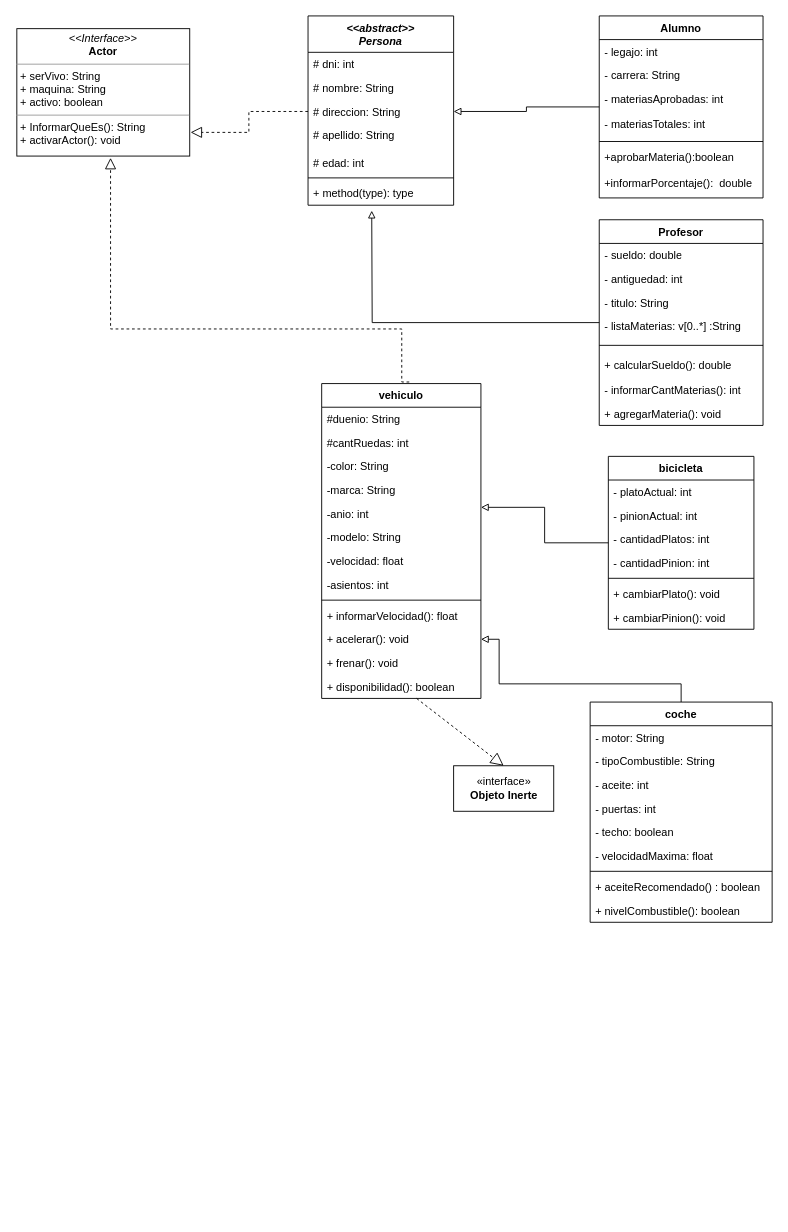
Above: Untitled Diagram.drawio in alex90o/DiagramaDeClasesTpDigit (draw.io), before the change. Source tidied: cells renumbered, new cells numbered last; positions are measured from the earlier drawing's top-left corner, leaving out a move shared by most shapes. Both pictures are drawn from the tidied source at 91%, with x=0, y=0 at pixel (16, 15).
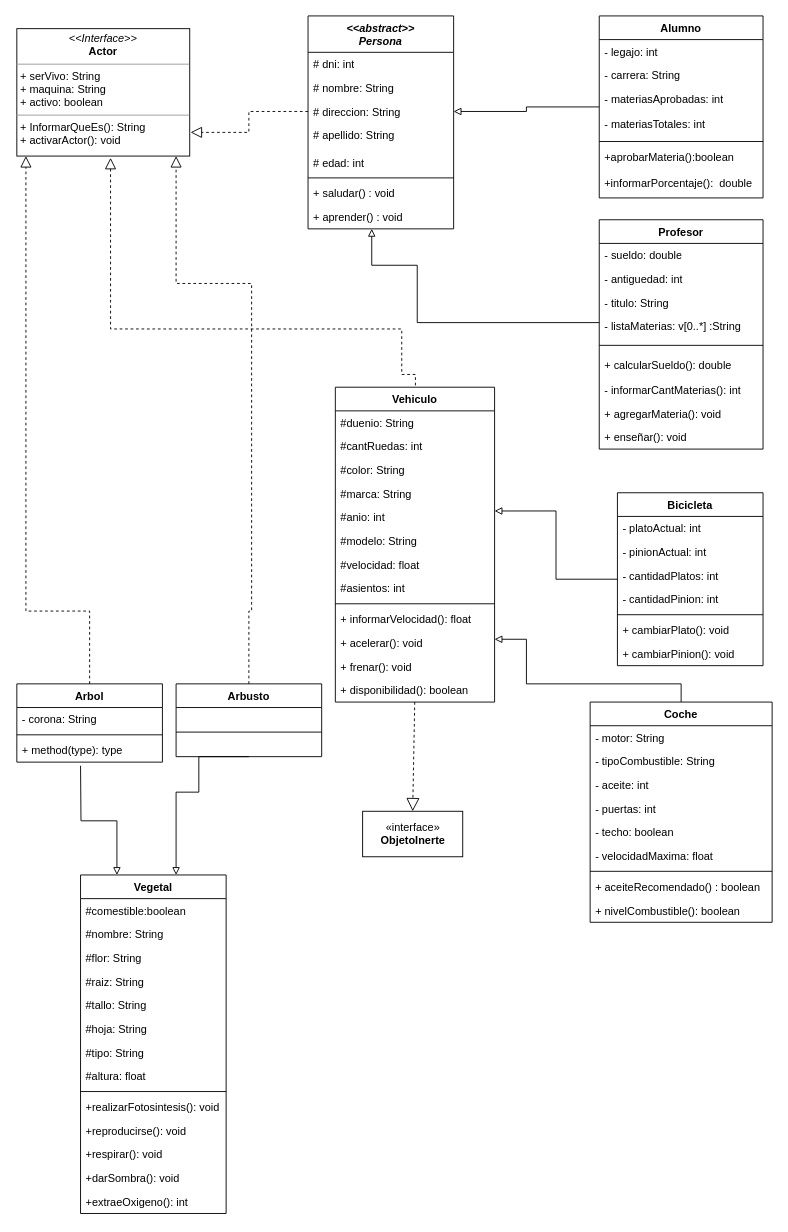
The same diagram, later.

The change refers to these unchanged cells:
```xml
<mxCell id="3" value="&lt;p style=&quot;margin: 0px ; margin-top: 4px ; text-align: center&quot;&gt;&lt;i&gt;&amp;lt;&amp;lt;Interface&amp;gt;&amp;gt;&lt;/i&gt;&lt;br&gt;&lt;b&gt;Actor&lt;/b&gt;&lt;/p&gt;&lt;hr size=&quot;1&quot;&gt;&lt;p style=&quot;margin: 0px ; margin-left: 4px&quot;&gt;+ serVivo: String&lt;br&gt;+ maquina: String&lt;/p&gt;&lt;p style=&quot;margin: 0px ; margin-left: 4px&quot;&gt;+ activo: boolean&lt;/p&gt;&lt;hr size=&quot;1&quot;&gt;&lt;p style=&quot;margin: 0px ; margin-left: 4px&quot;&gt;+ InformarQueEs(): String&lt;br&gt;+ activarActor(): void&lt;/p&gt;" style="verticalAlign=top;align=left;overflow=fill;fontSize=12;fontFamily=Helvetica;html=1;rounded=0;shadow=0;comic=0;labelBackgroundColor=none;strokeWidth=1;" parent="1" vertex="1">
  <mxGeometry y="14" width="190" height="140" as="geometry" />
</mxCell>
<mxCell id="23" value="+ acelerar(): void" style="text;strokeColor=none;fillColor=none;align=left;verticalAlign=top;spacingLeft=4;spacingRight=4;overflow=hidden;points=[[0,0.5],[1,0.5]];portConstraint=eastwest;" parent="12" vertex="1">
  <mxGeometry y="268" width="175" height="26" as="geometry" />
</mxCell>
```

The edit, as a diff of the source:
```diff
@@
     <mxCell id="4" value="&lt;&lt;abstract&gt;&gt;&#10;Persona" style="swimlane;fontStyle=3;align=center;verticalAlign=top;horizontal=1;startSize=40;" parent="1" vertex="1">
-      <mxGeometry x="320" width="160" height="208" as="geometry" />
+      <mxGeometry x="320" width="160" height="234" as="geometry" />
     </mxCell>
@@
-    <mxCell id="11" value="+ method(type): type" style="text;strokeColor=none;fillColor=none;align=left;verticalAlign=top;spacingLeft=4;spacingRight=4;overflow=hidden;" parent="4" vertex="1">
+    <mxCell id="11" value="+ saludar() : void" style="text;strokeColor=none;fillColor=none;align=left;verticalAlign=top;spacingLeft=4;spacingRight=4;overflow=hidden;" parent="4" vertex="1">
       <mxGeometry y="182" width="160" height="26" as="geometry" />
     </mxCell>
+    <mxCell id="68" value="+ aprender() : void" style="text;strokeColor=none;fillColor=none;align=left;verticalAlign=top;spacingLeft=4;spacingRight=4;overflow=hidden;" parent="4" vertex="1">
+      <mxGeometry y="208" width="160" height="26" as="geometry" />
+    </mxCell>
-    <mxCell id="12" value="vehiculo&#10;" style="swimlane;fontStyle=1;align=center;verticalAlign=top;horizontal=1;startSize=26;" parent="1" vertex="1">
-      <mxGeometry x="335" y="404" width="175" height="346" as="geometry" />
+    <mxCell id="12" value="Vehiculo&#10;" style="swimlane;fontStyle=1;align=center;verticalAlign=top;horizontal=1;startSize=26;" parent="1" vertex="1">
+      <mxGeometry x="350" y="408" width="175" height="346" as="geometry" />
     </mxCell>
@@
-    <mxCell id="15" value="-color: String&#10;" style="text;strokeColor=none;fillColor=none;align=left;verticalAlign=top;spacingLeft=4;spacingRight=4;overflow=hidden;" parent="12" vertex="1">
+    <mxCell id="15" value="#color: String&#10;" style="text;strokeColor=none;fillColor=none;align=left;verticalAlign=top;spacingLeft=4;spacingRight=4;overflow=hidden;" parent="12" vertex="1">
       <mxGeometry y="78" width="175" height="26" as="geometry" />
     </mxCell>
-    <mxCell id="16" value="-marca: String&#10;" style="text;strokeColor=none;fillColor=none;align=left;verticalAlign=top;spacingLeft=4;spacingRight=4;overflow=hidden;" parent="12" vertex="1">
+    <mxCell id="16" value="#marca: String&#10;" style="text;strokeColor=none;fillColor=none;align=left;verticalAlign=top;spacingLeft=4;spacingRight=4;overflow=hidden;" parent="12" vertex="1">
       <mxGeometry y="104" width="175" height="26" as="geometry" />
     </mxCell>
-    <mxCell id="17" value="-anio: int&#10;" style="text;strokeColor=none;fillColor=none;align=left;verticalAlign=top;spacingLeft=4;spacingRight=4;overflow=hidden;points=[[0,0.5],[1,0.5]];portConstraint=eastwest;" parent="12" vertex="1">
+    <mxCell id="17" value="#anio: int&#10;" style="text;strokeColor=none;fillColor=none;align=left;verticalAlign=top;spacingLeft=4;spacingRight=4;overflow=hidden;points=[[0,0.5],[1,0.5]];portConstraint=eastwest;" parent="12" vertex="1">
       <mxGeometry y="130" width="175" height="26" as="geometry" />
     </mxCell>
-    <mxCell id="18" value="-modelo: String&#10;" style="text;strokeColor=none;fillColor=none;align=left;verticalAlign=top;spacingLeft=4;spacingRight=4;overflow=hidden;" parent="12" vertex="1">
+    <mxCell id="18" value="#modelo: String&#10;" style="text;strokeColor=none;fillColor=none;align=left;verticalAlign=top;spacingLeft=4;spacingRight=4;overflow=hidden;" parent="12" vertex="1">
       <mxGeometry y="156" width="175" height="26" as="geometry" />
     </mxCell>
-    <mxCell id="19" value="-velocidad: float" style="text;strokeColor=none;fillColor=none;align=left;verticalAlign=top;spacingLeft=4;spacingRight=4;overflow=hidden;" parent="12" vertex="1">
+    <mxCell id="19" value="#velocidad: float" style="text;strokeColor=none;fillColor=none;align=left;verticalAlign=top;spacingLeft=4;spacingRight=4;overflow=hidden;" parent="12" vertex="1">
       <mxGeometry y="182" width="175" height="26" as="geometry" />
     </mxCell>
-    <mxCell id="20" value="-asientos: int" style="text;strokeColor=none;fillColor=none;align=left;verticalAlign=top;spacingLeft=4;spacingRight=4;overflow=hidden;" parent="12" vertex="1">
+    <mxCell id="20" value="#asientos: int" style="text;strokeColor=none;fillColor=none;align=left;verticalAlign=top;spacingLeft=4;spacingRight=4;overflow=hidden;" parent="12" vertex="1">
       <mxGeometry y="208" width="175" height="26" as="geometry" />
     </mxCell>
@@
     <mxCell id="26" style="edgeStyle=orthogonalEdgeStyle;rounded=0;jettySize=auto;html=1;endArrow=block;endFill=0;" parent="1" edge="1" source="27">
       <mxGeometry relative="1" as="geometry">
-        <mxPoint x="390" y="214" as="targetPoint" />
+        <mxPoint x="390" y="234" as="targetPoint" />
+        <Array as="points">
+          <mxPoint x="440" y="337" />
+          <mxPoint x="440" y="274" />
+          <mxPoint x="390" y="274" />
+        </Array>
       </mxGeometry>
     </mxCell>
     <mxCell id="27" value="Profesor" style="swimlane;fontStyle=1;align=center;verticalAlign=top;horizontal=1;startSize=26;" parent="1" vertex="1">
-      <mxGeometry x="640" y="224" width="180" height="226" as="geometry" />
+      <mxGeometry x="640" y="224" width="180" height="252" as="geometry" />
     </mxCell>
@@
+    <mxCell id="69" value="+ enseñar(): void" style="text;strokeColor=none;fillColor=none;align=left;verticalAlign=top;spacingLeft=4;spacingRight=4;overflow=hidden;" parent="27" vertex="1">
+      <mxGeometry y="226" width="180" height="26" as="geometry" />
+    </mxCell>
@@
-    <mxCell id="45" style="edgeStyle=orthogonalEdgeStyle;rounded=0;html=1;labelBackgroundColor=none;startFill=0;endArrow=block;endFill=0;endSize=10;fontFamily=Verdana;fontSize=10;dashed=1;entryX=0.542;entryY=1.014;entryDx=0;entryDy=0;entryPerimeter=0;exitX=0.55;exitY=-0.005;exitDx=0;exitDy=0;exitPerimeter=0;" parent="1" edge="1" source="12" target="3">
+    <mxCell id="45" style="edgeStyle=orthogonalEdgeStyle;rounded=0;html=1;labelBackgroundColor=none;startFill=0;endArrow=block;endFill=0;endSize=10;fontFamily=Verdana;fontSize=10;dashed=1;entryX=0.542;entryY=1.014;entryDx=0;entryDy=0;entryPerimeter=0;" parent="1" edge="1" target="3">
       <mxGeometry relative="1" as="geometry">
+        <mxPoint x="438" y="406" as="sourcePoint" />
         <Array as="points">
+          <mxPoint x="438" y="394" />
+          <mxPoint x="423" y="394" />
           <mxPoint x="423" y="344" />
           <mxPoint x="103" y="344" />
         </Array>
       </mxGeometry>
     </mxCell>
@@
-    <mxCell id="47" value="bicicleta&#10;" style="swimlane;fontStyle=1;align=center;verticalAlign=top;horizontal=1;startSize=26;" parent="1" vertex="1">
-      <mxGeometry x="650" y="484" width="160" height="190" as="geometry" />
+    <mxCell id="47" value="Bicicleta&#10;" style="swimlane;fontStyle=1;align=center;verticalAlign=top;horizontal=1;startSize=26;" parent="1" vertex="1">
+      <mxGeometry x="660" y="524" width="160" height="190" as="geometry" />
     </mxCell>
@@
     <mxCell id="55" style="edgeStyle=orthogonalEdgeStyle;rounded=0;jettySize=auto;html=1;endArrow=block;endFill=0;" parent="1" edge="1" source="56" target="23">
       <mxGeometry relative="1" as="geometry">
         <Array as="points">
           <mxPoint x="730" y="734" />
-          <mxPoint x="530" y="734" />
-          <mxPoint x="530" y="685" />
+          <mxPoint x="560" y="734" />
+          <mxPoint x="560" y="685" />
         </Array>
       </mxGeometry>
     </mxCell>
-    <mxCell id="56" value="coche" style="swimlane;fontStyle=1;align=center;verticalAlign=top;horizontal=1;startSize=26;" parent="1" vertex="1">
+    <mxCell id="56" value="Coche" style="swimlane;fontStyle=1;align=center;verticalAlign=top;horizontal=1;startSize=26;" parent="1" vertex="1">
       <mxGeometry x="630" y="754" width="200" height="242" as="geometry" />
     </mxCell>
@@
-    <mxCell id="66" value="«interface»&lt;br&gt;&lt;b&gt;Objeto Inerte&lt;/b&gt;" style="html=1;" parent="1" vertex="1">
-      <mxGeometry x="480" y="824" width="110" height="50" as="geometry" />
+    <mxCell id="66" value="«interface»&lt;br&gt;&lt;b&gt;ObjetoInerte&lt;/b&gt;" style="html=1;" parent="1" vertex="1">
+      <mxGeometry x="380" y="874" width="110" height="50" as="geometry" />
     </mxCell>
@@
+    <mxCell id="70" value="Vegetal" style="swimlane;fontStyle=1;align=center;verticalAlign=top;horizontal=1;startSize=26;" parent="1" vertex="1">
+      <mxGeometry x="70" y="944" width="160" height="372" as="geometry" />
+    </mxCell>
+    <mxCell id="71" value="#comestible:boolean" style="text;strokeColor=none;fillColor=none;align=left;verticalAlign=top;spacingLeft=4;spacingRight=4;overflow=hidden;" parent="70" vertex="1">
+      <mxGeometry y="26" width="160" height="26" as="geometry" />
+    </mxCell>
+    <mxCell id="72" value="#nombre: String" style="text;strokeColor=none;fillColor=none;align=left;verticalAlign=top;spacingLeft=4;spacingRight=4;overflow=hidden;" parent="70" vertex="1">
+      <mxGeometry y="52" width="160" height="26" as="geometry" />
+    </mxCell>
+    <mxCell id="73" value="#flor: String" style="text;strokeColor=none;fillColor=none;align=left;verticalAlign=top;spacingLeft=4;spacingRight=4;overflow=hidden;" parent="70" vertex="1">
+      <mxGeometry y="78" width="160" height="26" as="geometry" />
+    </mxCell>
+    <mxCell id="74" value="#raiz: String" style="text;strokeColor=none;fillColor=none;align=left;verticalAlign=top;spacingLeft=4;spacingRight=4;overflow=hidden;" parent="70" vertex="1">
+      <mxGeometry y="104" width="160" height="26" as="geometry" />
+    </mxCell>
+    <mxCell id="75" value="#tallo: String " style="text;strokeColor=none;fillColor=none;align=left;verticalAlign=top;spacingLeft=4;spacingRight=4;overflow=hidden;" parent="70" vertex="1">
+      <mxGeometry y="130" width="160" height="26" as="geometry" />
+    </mxCell>
+    <mxCell id="76" value="#hoja: String" style="text;strokeColor=none;fillColor=none;align=left;verticalAlign=top;spacingLeft=4;spacingRight=4;overflow=hidden;" parent="70" vertex="1">
+      <mxGeometry y="156" width="160" height="26" as="geometry" />
+    </mxCell>
+    <mxCell id="77" value="#tipo: String" style="text;strokeColor=none;fillColor=none;align=left;verticalAlign=top;spacingLeft=4;spacingRight=4;overflow=hidden;" parent="70" vertex="1">
+      <mxGeometry y="182" width="160" height="26" as="geometry" />
+    </mxCell>
+    <mxCell id="78" value="#altura: float" style="text;strokeColor=none;fillColor=none;align=left;verticalAlign=top;spacingLeft=4;spacingRight=4;overflow=hidden;" parent="70" vertex="1">
+      <mxGeometry y="208" width="160" height="26" as="geometry" />
+    </mxCell>
+    <mxCell id="79" style="line;strokeWidth=1;fillColor=none;align=left;verticalAlign=middle;spacingTop=-1;spacingLeft=3;spacingRight=3;labelPosition=right;" parent="70" vertex="1">
+      <mxGeometry y="234" width="160" height="8" as="geometry" />
+    </mxCell>
+    <mxCell id="80" value="+realizarFotosintesis(): void" style="text;strokeColor=none;fillColor=none;align=left;verticalAlign=top;spacingLeft=4;spacingRight=4;overflow=hidden;" parent="70" vertex="1">
+      <mxGeometry y="242" width="160" height="26" as="geometry" />
+    </mxCell>
+    <mxCell id="81" value="+reproducirse(): void" style="text;strokeColor=none;fillColor=none;align=left;verticalAlign=top;spacingLeft=4;spacingRight=4;overflow=hidden;" parent="70" vertex="1">
+      <mxGeometry y="268" width="160" height="26" as="geometry" />
+    </mxCell>
+    <mxCell id="82" value="+respirar(): void" style="text;strokeColor=none;fillColor=none;align=left;verticalAlign=top;spacingLeft=4;spacingRight=4;overflow=hidden;" parent="70" vertex="1">
+      <mxGeometry y="294" width="160" height="26" as="geometry" />
+    </mxCell>
+    <mxCell id="83" value="+darSombra(): void" style="text;strokeColor=none;fillColor=none;align=left;verticalAlign=top;spacingLeft=4;spacingRight=4;overflow=hidden;" parent="70" vertex="1">
+      <mxGeometry y="320" width="160" height="26" as="geometry" />
+    </mxCell>
+    <mxCell id="84" value="+extraeOxigeno(): int" style="text;strokeColor=none;fillColor=none;align=left;verticalAlign=top;spacingLeft=4;spacingRight=4;overflow=hidden;" parent="70" vertex="1">
+      <mxGeometry y="346" width="160" height="26" as="geometry" />
+    </mxCell>
+    <mxCell id="85" value="Arbol&#10;" style="swimlane;fontStyle=1;align=center;verticalAlign=top;horizontal=1;startSize=26;" parent="1" vertex="1">
+      <mxGeometry y="734" width="160" height="86" as="geometry" />
+    </mxCell>
+    <mxCell id="86" value="- corona: String" style="text;strokeColor=none;fillColor=none;align=left;verticalAlign=top;spacingLeft=4;spacingRight=4;overflow=hidden;" parent="85" vertex="1">
+      <mxGeometry y="26" width="160" height="26" as="geometry" />
+    </mxCell>
+    <mxCell id="87" style="line;strokeWidth=1;fillColor=none;align=left;verticalAlign=middle;spacingTop=-1;spacingLeft=3;spacingRight=3;labelPosition=right;" parent="85" vertex="1">
+      <mxGeometry y="52" width="160" height="8" as="geometry" />
+    </mxCell>
+    <mxCell id="88" value="+ method(type): type" style="text;strokeColor=none;fillColor=none;align=left;verticalAlign=top;spacingLeft=4;spacingRight=4;overflow=hidden;" parent="85" vertex="1">
+      <mxGeometry y="60" width="160" height="26" as="geometry" />
+    </mxCell>
+    <mxCell id="89" value="Arbusto" style="swimlane;fontStyle=1;align=center;verticalAlign=top;horizontal=1;startSize=26;" parent="1" vertex="1">
+      <mxGeometry x="175" y="734" width="160" height="80" as="geometry" />
+    </mxCell>
+    <mxCell id="90" style="line;strokeWidth=1;fillColor=none;align=left;verticalAlign=middle;spacingTop=-1;spacingLeft=3;spacingRight=3;labelPosition=right;" parent="89" vertex="1">
+      <mxGeometry y="26" width="160" height="54" as="geometry" />
+    </mxCell>
+    <mxCell id="91" style="edgeStyle=orthogonalEdgeStyle;rounded=0;jettySize=auto;html=1;entryX=0.25;entryY=0;entryDx=0;entryDy=0;endArrow=block;endFill=0;" parent="1" edge="1" target="70">
+      <mxGeometry relative="1" as="geometry">
+        <mxPoint x="70" y="824" as="sourcePoint" />
+      </mxGeometry>
+    </mxCell>
+    <mxCell id="92" style="edgeStyle=orthogonalEdgeStyle;rounded=0;jettySize=auto;html=1;entryX=0.25;entryY=0;entryDx=0;entryDy=0;endArrow=block;endFill=0;exitX=0.5;exitY=1;exitDx=0;exitDy=0;" parent="1" edge="1" source="89">
+      <mxGeometry relative="1" as="geometry">
+        <mxPoint x="175" y="944" as="targetPoint" />
+        <Array as="points">
+          <mxPoint x="200" y="814" />
+          <mxPoint x="200" y="853" />
+          <mxPoint x="175" y="853" />
+        </Array>
+      </mxGeometry>
+    </mxCell>
+    <mxCell id="93" style="edgeStyle=orthogonalEdgeStyle;rounded=0;html=1;labelBackgroundColor=none;startFill=0;endArrow=block;endFill=0;endSize=10;fontFamily=Verdana;fontSize=10;dashed=1;entryX=0.542;entryY=1.014;entryDx=0;entryDy=0;entryPerimeter=0;exitX=0.5;exitY=0;exitDx=0;exitDy=0;" parent="1" edge="1" source="89">
+      <mxGeometry relative="1" as="geometry">
+        <mxPoint x="175" y="154" as="targetPoint" />
+        <Array as="points">
+          <mxPoint x="255" y="654" />
+          <mxPoint x="258" y="654" />
+          <mxPoint x="258" y="294" />
+          <mxPoint x="175" y="294" />
+        </Array>
+      </mxGeometry>
+    </mxCell>
+    <mxCell id="94" style="edgeStyle=orthogonalEdgeStyle;rounded=0;html=1;labelBackgroundColor=none;startFill=0;endArrow=block;endFill=0;endSize=10;fontFamily=Verdana;fontSize=10;dashed=1;entryX=0.542;entryY=1.014;entryDx=0;entryDy=0;entryPerimeter=0;exitX=0.5;exitY=0;exitDx=0;exitDy=0;" parent="1" edge="1" source="85">
+      <mxGeometry relative="1" as="geometry">
+        <mxPoint x="10" y="154" as="targetPoint" />
+        <Array as="points">
+          <mxPoint x="80" y="654" />
+          <mxPoint x="10" y="654" />
+        </Array>
+      </mxGeometry>
+    </mxCell>
```
